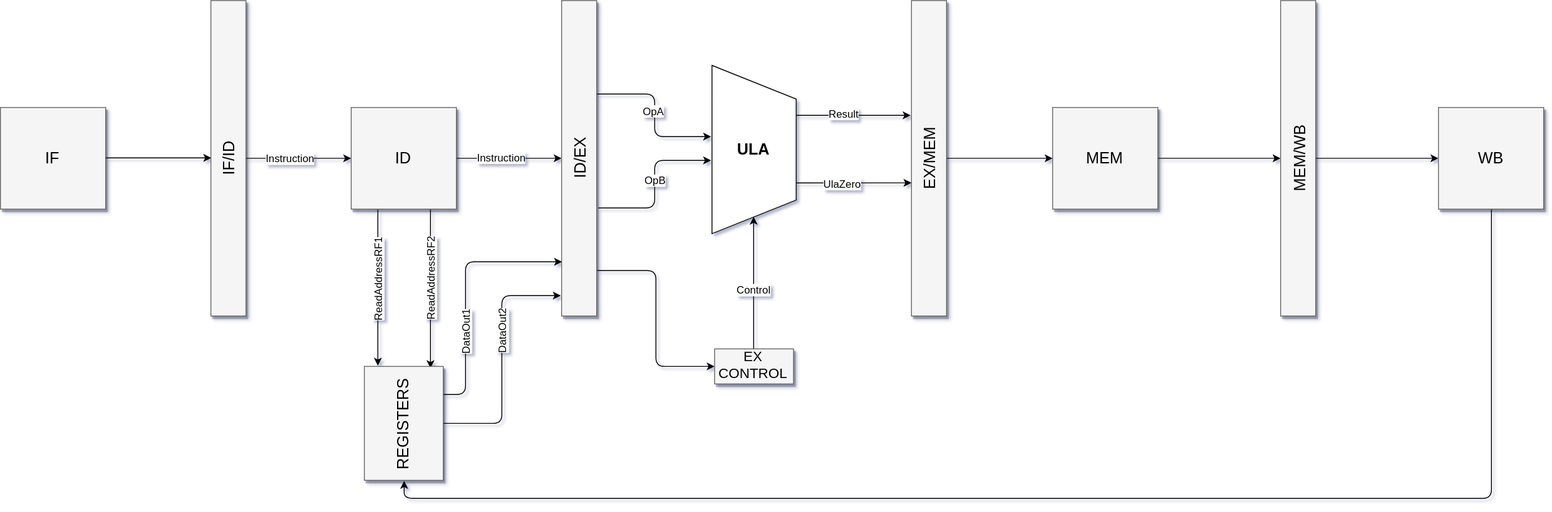
yansirianni/Pratica2_LAOC2 keeps this draw.io diagram as PipelineProcessor/Fluxo Micro-Page-1.svg. Above is the earlier version. Source tidied: cells renumbered, new cells last; positions are measured from the earlier drawing's top-left corner, leaving out a move shared by most shapes.
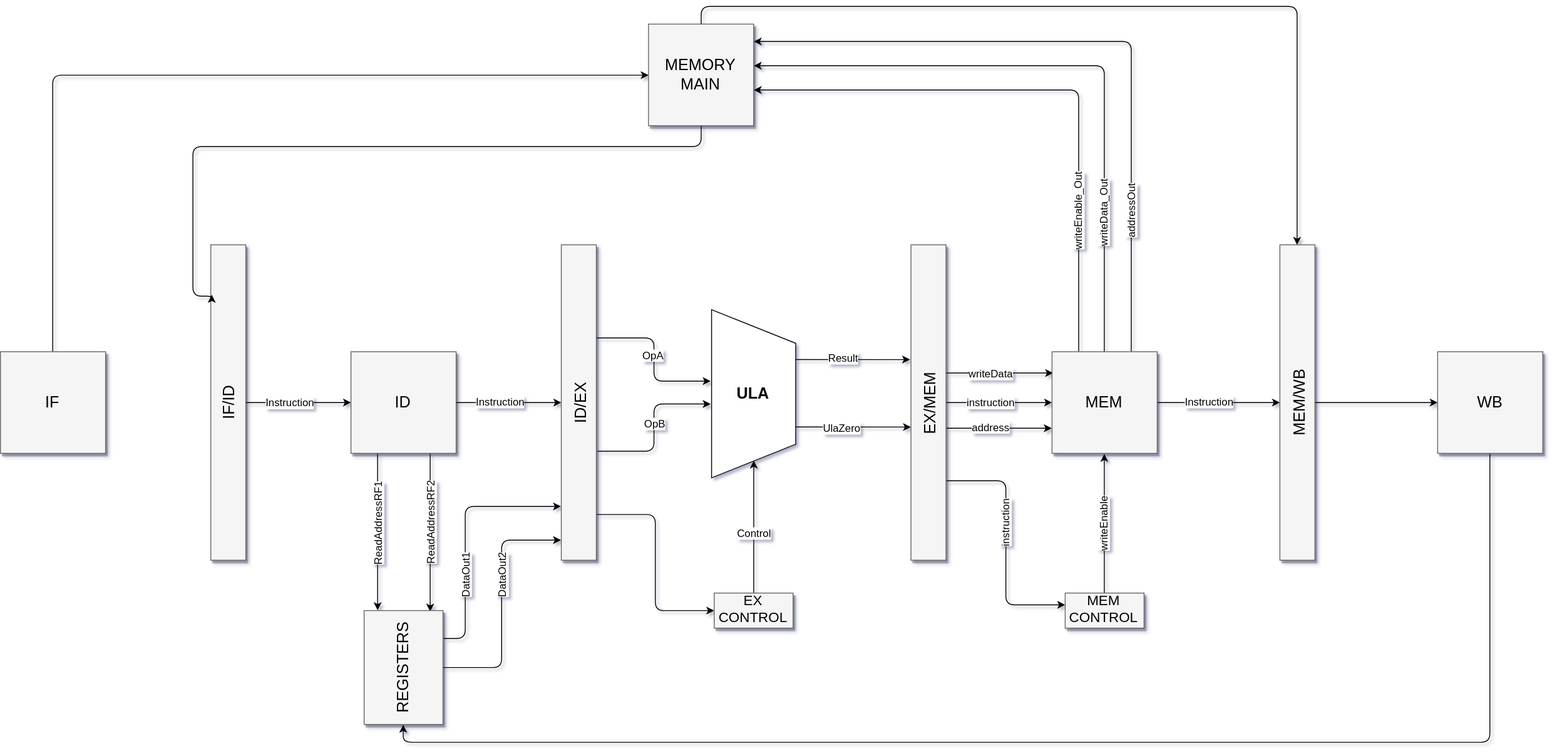
Above is the later version.

Commit message:
Added flow memory

What changed in the source:
```diff
@@ -2,9 +2,13 @@
   <root>
     <mxCell id="0" style="html=1;" />
     <mxCell id="1" style="html=1;" parent="0" />
-    <mxCell id="2" style="edgeStyle=orthogonalEdgeStyle;rounded=0;jettySize=auto;html=1;entryX=0;entryY=0.5;entryDx=0;entryDy=0;" parent="1" edge="1" source="3" target="6">
-      <mxGeometry relative="1" as="geometry" />
-    </mxCell>
+    <mxCell id="41" style="edgeStyle=orthogonalEdgeStyle;rounded=1;jumpStyle=arc;jettySize=auto;html=1;entryX=0;entryY=0.5;entryDx=0;entryDy=0;" parent="1" edge="1" source="3" target="61">
+      <mxGeometry relative="1" as="geometry">
+        <Array as="points">
+          <mxPoint x="60" y="-194" />
+        </Array>
+      </mxGeometry>
+    </mxCell>
     <mxCell id="3" value="IF&lt;br&gt;" style="whiteSpace=wrap;html=1;shadow=1;fontSize=18;fillColor=#f5f5f5;strokeColor=#666666;" parent="1" vertex="1">
       <mxGeometry y="122" width="120" height="116" as="geometry" />
     </mxCell>
@@ -65,12 +69,77 @@
     <mxCell id="20" style="edgeStyle=orthogonalEdgeStyle;rounded=0;jettySize=auto;html=1;" parent="1" edge="1" source="21" target="23">
       <mxGeometry relative="1" as="geometry" />
     </mxCell>
+    <mxCell id="42" value="&lt;span&gt;instruction&lt;/span&gt;" style="text;html=1;align=center;verticalAlign=middle;labelBackgroundColor=#ffffff;spacingTop=-2;" parent="20" vertex="1">
+      <mxGeometry x="-0.17" y="-3" relative="1" as="geometry">
+        <mxPoint x="1" y="-3" as="offset" />
+      </mxGeometry>
+    </mxCell>
+    <mxCell id="43" style="edgeStyle=orthogonalEdgeStyle;rounded=1;jumpStyle=arc;jettySize=auto;html=1;exitX=1;exitY=0.75;exitDx=0;exitDy=0;entryX=0;entryY=0.346;entryDx=0;entryDy=0;entryPerimeter=0;" parent="1" edge="1" source="21" target="58">
+      <mxGeometry relative="1" as="geometry" />
+    </mxCell>
+    <mxCell id="44" value="&lt;span&gt;instruction&lt;/span&gt;" style="text;html=1;align=center;verticalAlign=middle;labelBackgroundColor=#ffffff;rotation=-90;spacingTop=-9;" parent="43" vertex="1">
+      <mxGeometry x="0.09" relative="1" as="geometry">
+        <mxPoint x="3" y="-35" as="offset" />
+      </mxGeometry>
+    </mxCell>
+    <mxCell id="45" style="edgeStyle=orthogonalEdgeStyle;rounded=1;jumpStyle=arc;jettySize=auto;html=1;exitX=1.02;exitY=0.406;exitDx=0;exitDy=0;entryX=0.004;entryY=0.212;entryDx=0;entryDy=0;entryPerimeter=0;exitPerimeter=0;" parent="1" edge="1" source="21" target="23">
+      <mxGeometry relative="1" as="geometry" />
+    </mxCell>
+    <mxCell id="46" value="&lt;span&gt;writeData&lt;/span&gt;" style="text;html=1;align=center;verticalAlign=middle;labelBackgroundColor=#ffffff;spacingTop=-5;" parent="45" vertex="1">
+      <mxGeometry x="-0.74" y="1" relative="1" as="geometry">
+        <mxPoint x="34.5" y="3" as="offset" />
+      </mxGeometry>
+    </mxCell>
+    <mxCell id="47" style="edgeStyle=orthogonalEdgeStyle;rounded=1;jumpStyle=arc;jettySize=auto;html=1;entryX=0;entryY=0.75;entryDx=0;entryDy=0;" parent="1" edge="1" target="23">
+      <mxGeometry relative="1" as="geometry">
+        <mxPoint x="1080" y="209" as="sourcePoint" />
+        <Array as="points">
+          <mxPoint x="1080" y="209" />
+        </Array>
+      </mxGeometry>
+    </mxCell>
+    <mxCell id="48" value="&lt;span&gt;address&lt;/span&gt;" style="text;html=1;align=center;verticalAlign=middle;labelBackgroundColor=#ffffff;spacingTop=-2;" parent="47" vertex="1">
+      <mxGeometry x="-0.26" y="1" relative="1" as="geometry">
+        <mxPoint x="5.5" as="offset" />
+      </mxGeometry>
+    </mxCell>
     <mxCell id="21" value="EX/MEM&lt;br&gt;&lt;br&gt;" style="whiteSpace=wrap;html=1;shadow=1;fontSize=18;fillColor=#f5f5f5;strokeColor=#666666;labelBorderColor=none;labelBackgroundColor=none;verticalAlign=middle;horizontal=0;align=center;spacingLeft=0;spacing=0;spacingTop=25;" parent="1" vertex="1">
       <mxGeometry x="1039" width="40" height="360" as="geometry" />
     </mxCell>
     <mxCell id="22" style="edgeStyle=orthogonalEdgeStyle;rounded=0;jettySize=auto;html=1;" parent="1" edge="1" source="23" target="25">
       <mxGeometry relative="1" as="geometry" />
     </mxCell>
+    <mxCell id="49" value="Instruction" style="text;html=1;align=center;verticalAlign=middle;labelBackgroundColor=#ffffff;" parent="22" vertex="1">
+      <mxGeometry x="-0.17" y="2" relative="1" as="geometry" />
+    </mxCell>
+    <mxCell id="50" style="edgeStyle=orthogonalEdgeStyle;rounded=1;jumpStyle=arc;jettySize=auto;html=1;entryX=0.996;entryY=0.404;entryDx=0;entryDy=0;entryPerimeter=0;" parent="1" edge="1" source="23" target="61">
+      <mxGeometry relative="1" as="geometry">
+        <Array as="points">
+          <mxPoint x="1260" y="-205" />
+        </Array>
+      </mxGeometry>
+    </mxCell>
+    <mxCell id="51" value="&lt;span&gt;writeData_Out&lt;/span&gt;" style="text;html=1;align=center;verticalAlign=middle;labelBackgroundColor=#ffffff;rotation=-90;spacingTop=-4;" parent="50" vertex="1">
+      <mxGeometry x="-0.59" y="2" relative="1" as="geometry">
+        <mxPoint x="2.5" y="-11" as="offset" />
+      </mxGeometry>
+    </mxCell>
+    <mxCell id="52" style="edgeStyle=orthogonalEdgeStyle;rounded=1;jumpStyle=arc;jettySize=auto;html=1;exitX=0.25;exitY=0;exitDx=0;exitDy=0;entryX=0.996;entryY=0.647;entryDx=0;entryDy=0;entryPerimeter=0;" parent="1" edge="1" source="23" target="61">
+      <mxGeometry relative="1" as="geometry" />
+    </mxCell>
+    <mxCell id="53" value="&lt;span&gt;writeEnable_Out&lt;/span&gt;" style="text;html=1;align=center;verticalAlign=middle;labelBackgroundColor=#ffffff;rotation=-90;spacingTop=-4;" parent="52" vertex="1">
+      <mxGeometry x="-0.41" relative="1" as="geometry">
+        <mxPoint x="0.5" y="39" as="offset" />
+      </mxGeometry>
+    </mxCell>
+    <mxCell id="54" style="edgeStyle=orthogonalEdgeStyle;rounded=1;jumpStyle=arc;jettySize=auto;html=1;exitX=0.75;exitY=0;exitDx=0;exitDy=0;entryX=1.004;entryY=0.172;entryDx=0;entryDy=0;entryPerimeter=0;" parent="1" edge="1" source="23" target="61">
+      <mxGeometry relative="1" as="geometry" />
+    </mxCell>
+    <mxCell id="55" value="&lt;span&gt;addressOut&lt;/span&gt;" style="text;html=1;align=center;verticalAlign=middle;labelBackgroundColor=#ffffff;rotation=-90;spacingTop=-4;" parent="54" vertex="1">
+      <mxGeometry x="-0.78" y="1" relative="1" as="geometry">
+        <mxPoint x="1.5" y="-74" as="offset" />
+      </mxGeometry>
+    </mxCell>
     <mxCell id="23" value="MEM&lt;br&gt;" style="whiteSpace=wrap;html=1;shadow=1;fontSize=18;fillColor=#f5f5f5;strokeColor=#666666;" parent="1" vertex="1">
       <mxGeometry x="1200" y="122" width="120" height="116" as="geometry" />
     </mxCell>
@@ -142,5 +211,31 @@
     <mxCell id="40" value="&lt;font style=&quot;font-size: 18px&quot;&gt;&lt;b&gt;ULA&lt;/b&gt;&lt;/font&gt;&lt;br&gt;" style="shape=trapezoid;perimeter=trapezoidPerimeter;whiteSpace=wrap;html=1;rotation=90;horizontal=0;" parent="1" vertex="1">
       <mxGeometry x="763.5" y="122" width="192" height="96" as="geometry" />
     </mxCell>
+    <mxCell id="56" style="edgeStyle=orthogonalEdgeStyle;rounded=1;jumpStyle=arc;jettySize=auto;html=1;entryX=0.5;entryY=1;entryDx=0;entryDy=0;" parent="1" edge="1" source="58" target="23">
+      <mxGeometry relative="1" as="geometry" />
+    </mxCell>
+    <mxCell id="57" value="&lt;span&gt;writeEnable&lt;/span&gt;" style="text;html=1;align=center;verticalAlign=middle;labelBackgroundColor=#ffffff;rotation=-90;spacingTop=-4;" parent="56" vertex="1">
+      <mxGeometry x="-0.18" y="1" relative="1" as="geometry">
+        <mxPoint x="1" y="-14" as="offset" />
+      </mxGeometry>
+    </mxCell>
+    <mxCell id="58" value="MEM CONTROL&lt;br style=&quot;font-size: 16px&quot;&gt;&lt;br style=&quot;font-size: 16px&quot;&gt;" style="whiteSpace=wrap;html=1;shadow=1;fontSize=16;fillColor=#f5f5f5;strokeColor=#666666;verticalAlign=middle;spacingTop=16;" parent="1" vertex="1">
+      <mxGeometry x="1215" y="397.5" width="90" height="40" as="geometry" />
+    </mxCell>
+    <mxCell id="59" style="edgeStyle=orthogonalEdgeStyle;rounded=1;jumpStyle=arc;jettySize=auto;html=1;exitX=0.5;exitY=0;exitDx=0;exitDy=0;" parent="1" edge="1" source="61" target="25">
+      <mxGeometry relative="1" as="geometry" />
+    </mxCell>
+    <mxCell id="60" style="edgeStyle=orthogonalEdgeStyle;rounded=1;jumpStyle=arc;jettySize=auto;html=1;entryX=0.011;entryY=0.16;entryDx=0;entryDy=0;entryPerimeter=0;" parent="1" edge="1" source="61" target="6">
+      <mxGeometry relative="1" as="geometry">
+        <Array as="points">
+          <mxPoint x="799" y="-112" />
+          <mxPoint x="220" y="-112" />
+          <mxPoint x="220" y="58" />
+        </Array>
+      </mxGeometry>
+    </mxCell>
+    <mxCell id="61" value="MEMORY MAIN&lt;br&gt;" style="whiteSpace=wrap;html=1;shadow=1;fontSize=18;fillColor=#f5f5f5;strokeColor=#666666;" parent="1" vertex="1">
+      <mxGeometry x="739.5" y="-252" width="120" height="116" as="geometry" />
+    </mxCell>
   </root>
 </mxGraphModel>
```
